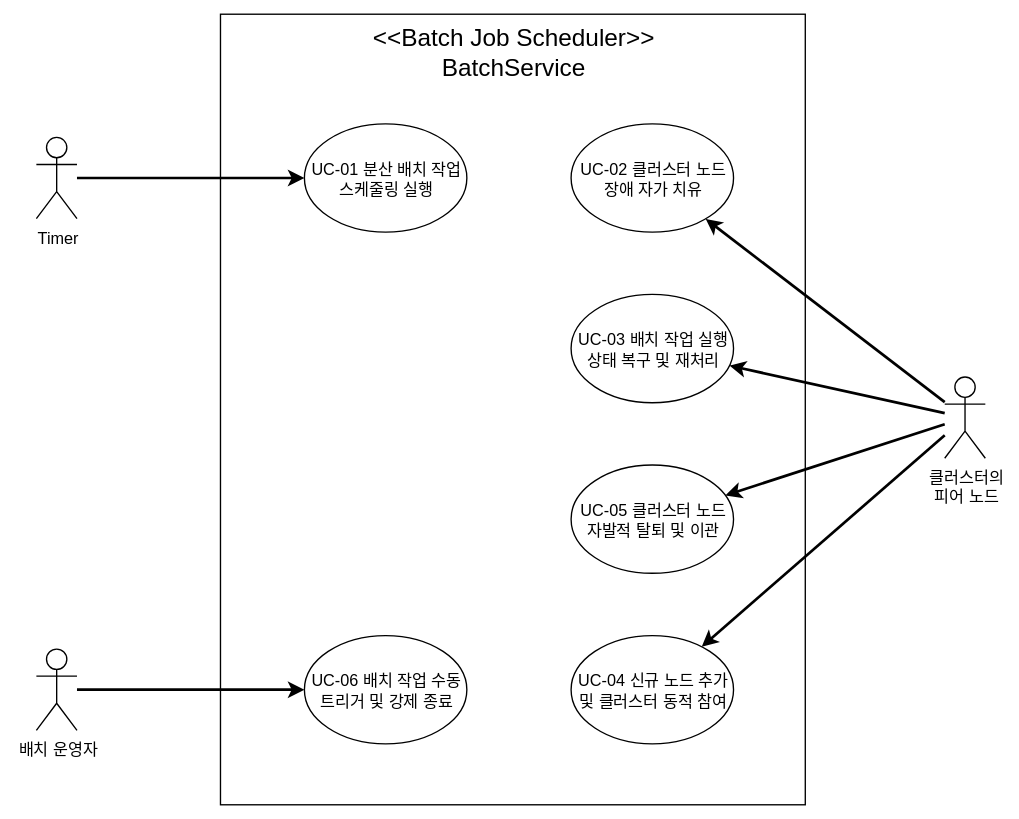
Earlier version of the draw.io export ArchitectureSpecification/3. Architectural Driver/Untitled Diagram.svg (reddiana/a-cert). Source tidied: cells renumbered, new cells last; positions are measured from the earlier drawing's top-left corner, leaving out a move shared by most shapes. Source of this version:
```xml
<mxGraphModel>
  <root>
    <mxCell id="0" />
    <mxCell id="1" parent="0" />
    <mxCell id="2" value="&amp;lt;&amp;lt;Batch Job Scheduler&amp;gt;&amp;gt;&lt;br&gt;BatchService" style="rounded=0;whiteSpace=wrap;html=1;verticalAlign=top;fontSize=18;" parent="1" vertex="1">
      <mxGeometry x="136" width="432" height="584" as="geometry" />
    </mxCell>
    <mxCell id="3" value="&lt;div&gt;UC-01 분산 배치 작업 스케줄링 실행&lt;/div&gt;" style="ellipse;whiteSpace=wrap;html=1;" parent="1" vertex="1">
      <mxGeometry x="198" y="81" width="120" height="80" as="geometry" />
    </mxCell>
    <mxCell id="4" value="&lt;div&gt;UC-02 클러스터 노드 장애 자가 치유&lt;/div&gt;" style="ellipse;whiteSpace=wrap;html=1;" parent="1" vertex="1">
      <mxGeometry x="395" y="81" width="120" height="80" as="geometry" />
    </mxCell>
    <mxCell id="5" value="&lt;div&gt;UC-03 배치 작업 실행 상태 복구 및 재처리&lt;/div&gt;" style="ellipse;whiteSpace=wrap;html=1;" parent="1" vertex="1">
      <mxGeometry x="395" y="207" width="120" height="80" as="geometry" />
    </mxCell>
    <mxCell id="6" value="&lt;div&gt;UC-04 신규 노드 추가 및 클러스터 동적 참여&lt;/div&gt;" style="ellipse;whiteSpace=wrap;html=1;" parent="1" vertex="1">
      <mxGeometry x="395" y="459" width="120" height="80" as="geometry" />
    </mxCell>
    <mxCell id="7" value="&lt;div&gt;UC-05 클러스터 노드 자발적 탈퇴 및 이관&lt;/div&gt;" style="ellipse;whiteSpace=wrap;html=1;" parent="1" vertex="1">
      <mxGeometry x="395" y="333" width="120" height="80" as="geometry" />
    </mxCell>
    <mxCell id="8" value="&lt;div&gt;UC-06 배치 작업 수동 트리거 및 강제 종료&lt;/div&gt;" style="ellipse;whiteSpace=wrap;html=1;" parent="1" vertex="1">
      <mxGeometry x="198" y="459" width="120" height="80" as="geometry" />
    </mxCell>
    <mxCell id="9" style="rounded=0;jettySize=auto;html=1;strokeWidth=2;" parent="1" edge="1" source="10" target="3">
      <mxGeometry relative="1" as="geometry" />
    </mxCell>
    <mxCell id="10" value="Timer" style="shape=umlActor;verticalLabelPosition=bottom;verticalAlign=top;html=1;outlineConnect=0;" parent="1" vertex="1">
      <mxGeometry y="91" width="30" height="60" as="geometry" />
    </mxCell>
    <mxCell id="11" style="edgeStyle=none;shape=connector;rounded=0;jettySize=auto;html=1;strokeColor=default;strokeWidth=2;align=center;verticalAlign=middle;fontFamily=Helvetica;fontSize=11;fontColor=default;labelBackgroundColor=default;endArrow=classic;" parent="1" edge="1" source="12" target="8">
      <mxGeometry relative="1" as="geometry" />
    </mxCell>
    <mxCell id="12" value="배치 운영자" style="shape=umlActor;verticalLabelPosition=bottom;verticalAlign=top;html=1;outlineConnect=0;" parent="1" vertex="1">
      <mxGeometry y="469" width="30" height="60" as="geometry" />
    </mxCell>
    <mxCell id="13" style="edgeStyle=none;shape=connector;rounded=0;jettySize=auto;html=1;strokeColor=default;strokeWidth=2;align=center;verticalAlign=middle;fontFamily=Helvetica;fontSize=11;fontColor=default;labelBackgroundColor=default;endArrow=classic;" parent="1" edge="1" source="17" target="4">
      <mxGeometry relative="1" as="geometry" />
    </mxCell>
    <mxCell id="14" style="edgeStyle=none;shape=connector;rounded=0;jettySize=auto;html=1;strokeColor=default;strokeWidth=2;align=center;verticalAlign=middle;fontFamily=Helvetica;fontSize=11;fontColor=default;labelBackgroundColor=default;endArrow=classic;" parent="1" edge="1" source="17" target="5">
      <mxGeometry relative="1" as="geometry" />
    </mxCell>
    <mxCell id="15" style="edgeStyle=none;shape=connector;rounded=0;jettySize=auto;html=1;strokeColor=default;strokeWidth=2;align=center;verticalAlign=middle;fontFamily=Helvetica;fontSize=11;fontColor=default;labelBackgroundColor=default;endArrow=classic;" parent="1" edge="1" source="17" target="7">
      <mxGeometry relative="1" as="geometry" />
    </mxCell>
    <mxCell id="16" style="edgeStyle=none;shape=connector;rounded=0;jettySize=auto;html=1;strokeColor=default;strokeWidth=2;align=center;verticalAlign=middle;fontFamily=Helvetica;fontSize=11;fontColor=default;labelBackgroundColor=default;endArrow=classic;" parent="1" edge="1" source="17" target="6">
      <mxGeometry relative="1" as="geometry" />
    </mxCell>
    <mxCell id="17" value="&lt;div&gt;클러스터의&lt;/div&gt;피어 노드" style="shape=umlActor;verticalLabelPosition=bottom;verticalAlign=top;html=1;outlineConnect=0;" parent="1" vertex="1">
      <mxGeometry x="671" y="268" width="30" height="60" as="geometry" />
    </mxCell>
  </root>
</mxGraphModel>
```
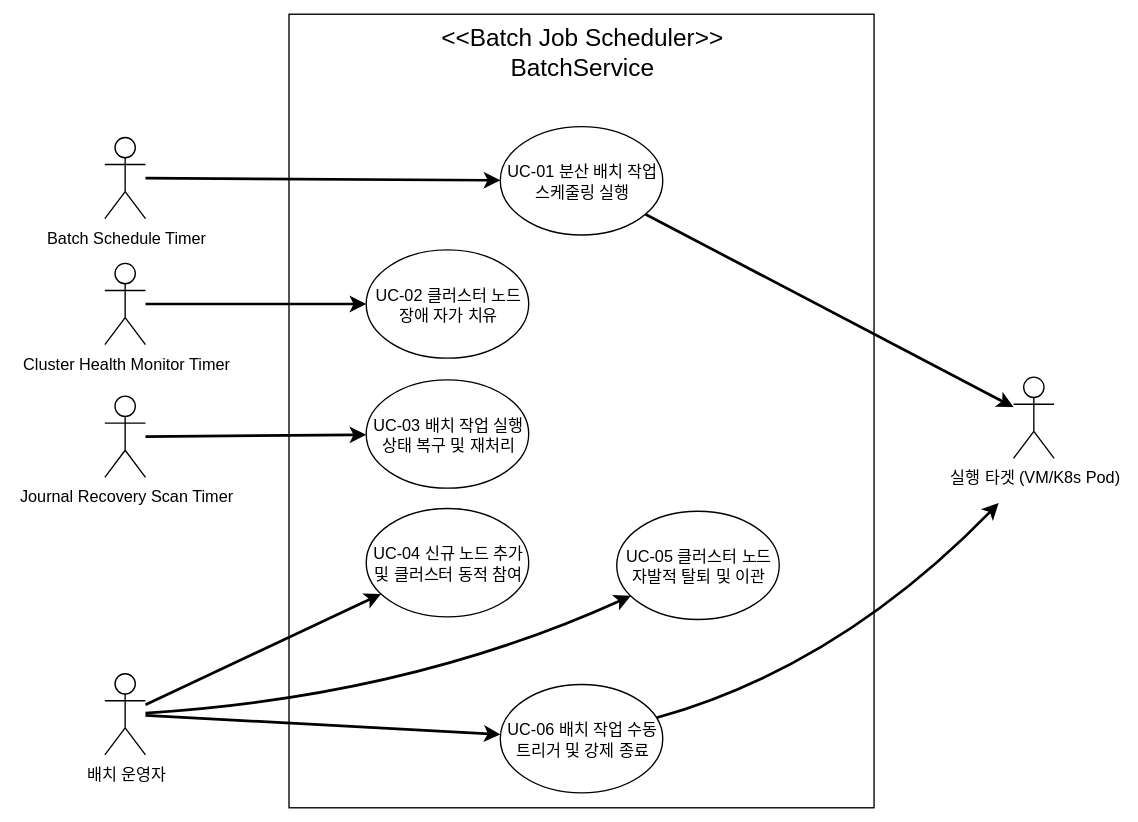
After the change.

Diff of the diagram source:
```diff
@@ -2,53 +2,74 @@
   <root>
     <mxCell id="0" />
     <mxCell id="1" parent="0" />
-    <mxCell id="2" value="&amp;lt;&amp;lt;Batch Job Scheduler&amp;gt;&amp;gt;&lt;br&gt;BatchService" style="rounded=0;whiteSpace=wrap;html=1;verticalAlign=top;fontSize=18;" parent="1" vertex="1">
-      <mxGeometry x="136" width="432" height="584" as="geometry" />
-    </mxCell>
+    <mxCell id="17" value="&amp;lt;&amp;lt;Batch Job Scheduler&amp;gt;&amp;gt;&lt;br&gt;BatchService" style="rounded=0;whiteSpace=wrap;html=1;verticalAlign=top;fontSize=18;" parent="1" vertex="1">
+      <mxGeometry x="136" width="432" height="586" as="geometry" />
+    </mxCell>
+    <mxCell id="18" style="edgeStyle=none;shape=connector;rounded=0;jettySize=auto;html=1;strokeColor=default;strokeWidth=2;align=center;verticalAlign=middle;fontFamily=Helvetica;fontSize=11;fontColor=default;labelBackgroundColor=default;endArrow=classic;" parent="1" edge="1" source="3" target="24">
+      <mxGeometry relative="1" as="geometry" />
+    </mxCell>
     <mxCell id="3" value="&lt;div&gt;UC-01 분산 배치 작업 스케줄링 실행&lt;/div&gt;" style="ellipse;whiteSpace=wrap;html=1;" parent="1" vertex="1">
-      <mxGeometry x="198" y="81" width="120" height="80" as="geometry" />
+      <mxGeometry x="292" y="83" width="120" height="80" as="geometry" />
     </mxCell>
     <mxCell id="4" value="&lt;div&gt;UC-02 클러스터 노드 장애 자가 치유&lt;/div&gt;" style="ellipse;whiteSpace=wrap;html=1;" parent="1" vertex="1">
-      <mxGeometry x="395" y="81" width="120" height="80" as="geometry" />
+      <mxGeometry x="193" y="174" width="120" height="80" as="geometry" />
     </mxCell>
     <mxCell id="5" value="&lt;div&gt;UC-03 배치 작업 실행 상태 복구 및 재처리&lt;/div&gt;" style="ellipse;whiteSpace=wrap;html=1;" parent="1" vertex="1">
-      <mxGeometry x="395" y="207" width="120" height="80" as="geometry" />
+      <mxGeometry x="193" y="270" width="120" height="80" as="geometry" />
     </mxCell>
     <mxCell id="6" value="&lt;div&gt;UC-04 신규 노드 추가 및 클러스터 동적 참여&lt;/div&gt;" style="ellipse;whiteSpace=wrap;html=1;" parent="1" vertex="1">
-      <mxGeometry x="395" y="459" width="120" height="80" as="geometry" />
+      <mxGeometry x="193" y="365" width="120" height="80" as="geometry" />
     </mxCell>
     <mxCell id="7" value="&lt;div&gt;UC-05 클러스터 노드 자발적 탈퇴 및 이관&lt;/div&gt;" style="ellipse;whiteSpace=wrap;html=1;" parent="1" vertex="1">
-      <mxGeometry x="395" y="333" width="120" height="80" as="geometry" />
+      <mxGeometry x="378" y="367" width="120" height="80" as="geometry" />
     </mxCell>
+    <mxCell id="19" style="edgeStyle=none;shape=connector;rounded=0;jettySize=auto;html=1;strokeColor=default;strokeWidth=2;align=center;verticalAlign=middle;fontFamily=Helvetica;fontSize=11;fontColor=default;labelBackgroundColor=default;endArrow=classic;curved=1;" parent="1" edge="1" source="8">
+      <mxGeometry relative="1" as="geometry">
+        <mxPoint x="660" y="361" as="targetPoint" />
+        <Array as="points">
+          <mxPoint x="542" y="482" />
+        </Array>
+      </mxGeometry>
+    </mxCell>
     <mxCell id="8" value="&lt;div&gt;UC-06 배치 작업 수동 트리거 및 강제 종료&lt;/div&gt;" style="ellipse;whiteSpace=wrap;html=1;" parent="1" vertex="1">
-      <mxGeometry x="198" y="459" width="120" height="80" as="geometry" />
+      <mxGeometry x="292" y="495" width="120" height="80" as="geometry" />
     </mxCell>
-    <mxCell id="9" style="rounded=0;jettySize=auto;html=1;strokeWidth=2;" parent="1" edge="1" source="10" target="3">
-      <mxGeometry relative="1" as="geometry" />
-    </mxCell>
-    <mxCell id="10" value="Timer" style="shape=umlActor;verticalLabelPosition=bottom;verticalAlign=top;html=1;outlineConnect=0;" parent="1" vertex="1">
-      <mxGeometry y="91" width="30" height="60" as="geometry" />
-    </mxCell>
+    <mxCell id="20" style="rounded=0;jettySize=auto;html=1;strokeWidth=2;" parent="1" edge="1" source="21" target="3">
+      <mxGeometry relative="1" as="geometry" />
+    </mxCell>
+    <mxCell id="21" value="Batch Schedule Timer" style="shape=umlActor;verticalLabelPosition=bottom;verticalAlign=top;html=1;outlineConnect=0;" parent="1" vertex="1">
+      <mxGeometry y="91" width="30" height="60" as="geometry" />
+    </mxCell>
     <mxCell id="11" style="edgeStyle=none;shape=connector;rounded=0;jettySize=auto;html=1;strokeColor=default;strokeWidth=2;align=center;verticalAlign=middle;fontFamily=Helvetica;fontSize=11;fontColor=default;labelBackgroundColor=default;endArrow=classic;" parent="1" edge="1" source="12" target="8">
       <mxGeometry relative="1" as="geometry" />
     </mxCell>
+    <mxCell id="22" style="edgeStyle=none;shape=connector;rounded=0;jettySize=auto;html=1;strokeColor=default;strokeWidth=2;align=center;verticalAlign=middle;fontFamily=Helvetica;fontSize=11;fontColor=default;labelBackgroundColor=default;endArrow=classic;" parent="1" edge="1" source="12" target="6">
+      <mxGeometry relative="1" as="geometry" />
+    </mxCell>
+    <mxCell id="23" style="edgeStyle=none;shape=connector;rounded=0;jettySize=auto;html=1;strokeColor=default;strokeWidth=2;align=center;verticalAlign=middle;fontFamily=Helvetica;fontSize=11;fontColor=default;labelBackgroundColor=default;endArrow=classic;curved=1;" parent="1" edge="1" source="12" target="7">
+      <mxGeometry relative="1" as="geometry">
+        <Array as="points">
+          <mxPoint x="224" y="504" />
+        </Array>
+      </mxGeometry>
+    </mxCell>
     <mxCell id="12" value="배치 운영자" style="shape=umlActor;verticalLabelPosition=bottom;verticalAlign=top;html=1;outlineConnect=0;" parent="1" vertex="1">
-      <mxGeometry y="469" width="30" height="60" as="geometry" />
+      <mxGeometry y="487" width="30" height="60" as="geometry" />
     </mxCell>
-    <mxCell id="13" style="edgeStyle=none;shape=connector;rounded=0;jettySize=auto;html=1;strokeColor=default;strokeWidth=2;align=center;verticalAlign=middle;fontFamily=Helvetica;fontSize=11;fontColor=default;labelBackgroundColor=default;endArrow=classic;" parent="1" edge="1" source="17" target="4">
-      <mxGeometry relative="1" as="geometry" />
-    </mxCell>
-    <mxCell id="14" style="edgeStyle=none;shape=connector;rounded=0;jettySize=auto;html=1;strokeColor=default;strokeWidth=2;align=center;verticalAlign=middle;fontFamily=Helvetica;fontSize=11;fontColor=default;labelBackgroundColor=default;endArrow=classic;" parent="1" edge="1" source="17" target="5">
-      <mxGeometry relative="1" as="geometry" />
-    </mxCell>
-    <mxCell id="15" style="edgeStyle=none;shape=connector;rounded=0;jettySize=auto;html=1;strokeColor=default;strokeWidth=2;align=center;verticalAlign=middle;fontFamily=Helvetica;fontSize=11;fontColor=default;labelBackgroundColor=default;endArrow=classic;" parent="1" edge="1" source="17" target="7">
-      <mxGeometry relative="1" as="geometry" />
-    </mxCell>
-    <mxCell id="16" style="edgeStyle=none;shape=connector;rounded=0;jettySize=auto;html=1;strokeColor=default;strokeWidth=2;align=center;verticalAlign=middle;fontFamily=Helvetica;fontSize=11;fontColor=default;labelBackgroundColor=default;endArrow=classic;" parent="1" edge="1" source="17" target="6">
-      <mxGeometry relative="1" as="geometry" />
-    </mxCell>
-    <mxCell id="17" value="&lt;div&gt;클러스터의&lt;/div&gt;피어 노드" style="shape=umlActor;verticalLabelPosition=bottom;verticalAlign=top;html=1;outlineConnect=0;" parent="1" vertex="1">
-      <mxGeometry x="671" y="268" width="30" height="60" as="geometry" />
-    </mxCell>
+    <mxCell id="24" value="실행 타겟 (VM/K8s Pod)" style="shape=umlActor;verticalLabelPosition=bottom;verticalAlign=top;html=1;outlineConnect=0;" parent="1" vertex="1">
+      <mxGeometry x="671" y="268" width="30" height="60" as="geometry" />
+    </mxCell>
+    <mxCell id="25" style="edgeStyle=none;shape=connector;rounded=0;jettySize=auto;html=1;strokeColor=default;strokeWidth=2;align=center;verticalAlign=middle;fontFamily=Helvetica;fontSize=11;fontColor=default;labelBackgroundColor=default;endArrow=classic;" parent="1" edge="1" source="26" target="4">
+      <mxGeometry relative="1" as="geometry" />
+    </mxCell>
+    <mxCell id="26" value="Cluster Health Monitor Timer" style="shape=umlActor;verticalLabelPosition=bottom;verticalAlign=top;html=1;outlineConnect=0;" parent="1" vertex="1">
+      <mxGeometry y="184" width="30" height="60" as="geometry" />
+    </mxCell>
+    <mxCell id="27" style="edgeStyle=none;shape=connector;rounded=0;jettySize=auto;html=1;strokeColor=default;strokeWidth=2;align=center;verticalAlign=middle;fontFamily=Helvetica;fontSize=11;fontColor=default;labelBackgroundColor=default;endArrow=classic;" parent="1" edge="1" source="28" target="5">
+      <mxGeometry relative="1" as="geometry" />
+    </mxCell>
+    <mxCell id="28" value="Journal Recovery Scan Timer" style="shape=umlActor;verticalLabelPosition=bottom;verticalAlign=top;html=1;outlineConnect=0;" parent="1" vertex="1">
+      <mxGeometry y="282" width="30" height="60" as="geometry" />
+    </mxCell>
   </root>
 </mxGraphModel>
```
